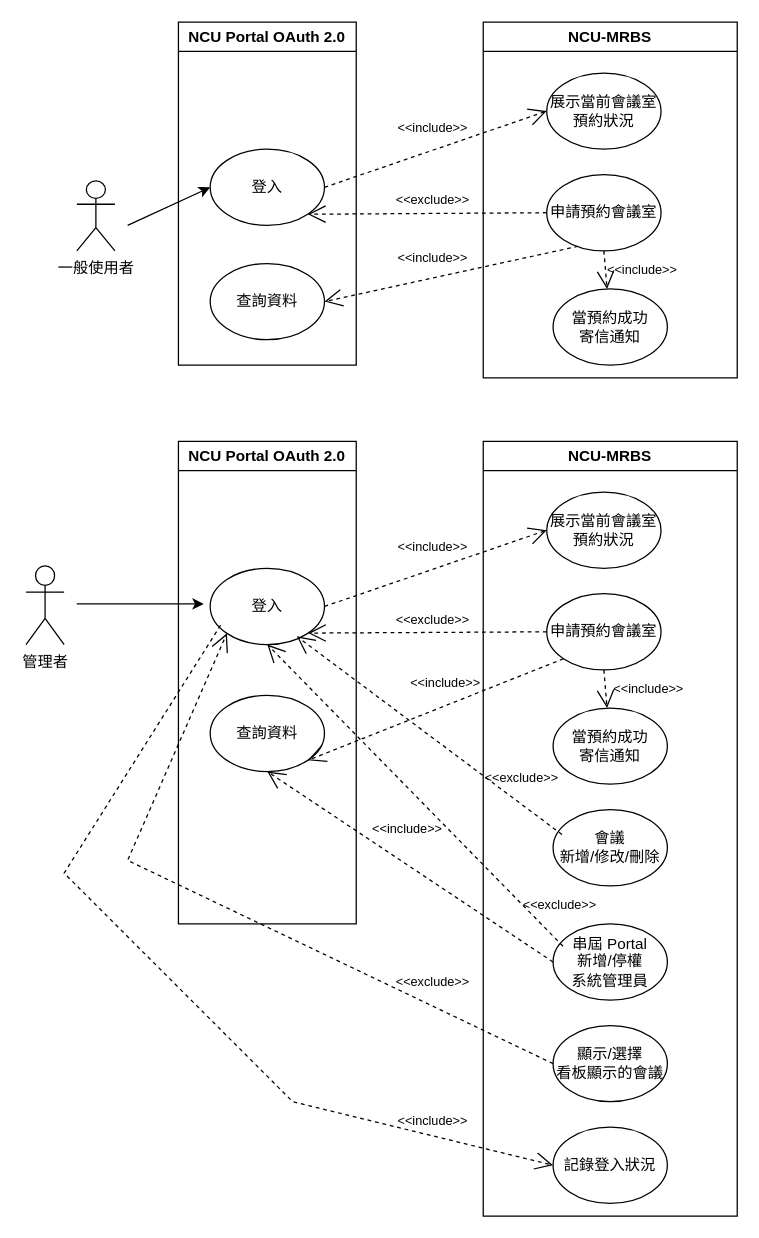
Earlier version of the draw.io diagram doc/useCase.drawio (tommygood/Meeting-Room-Booking-System). Source tidied: cells renumbered, new cells numbered last; positions are measured from the earlier drawing's top-left corner, leaving out a move shared by most shapes. Both pictures are drawn from the tidied source at 127%, with x=0, y=0 at pixel (25, 22).
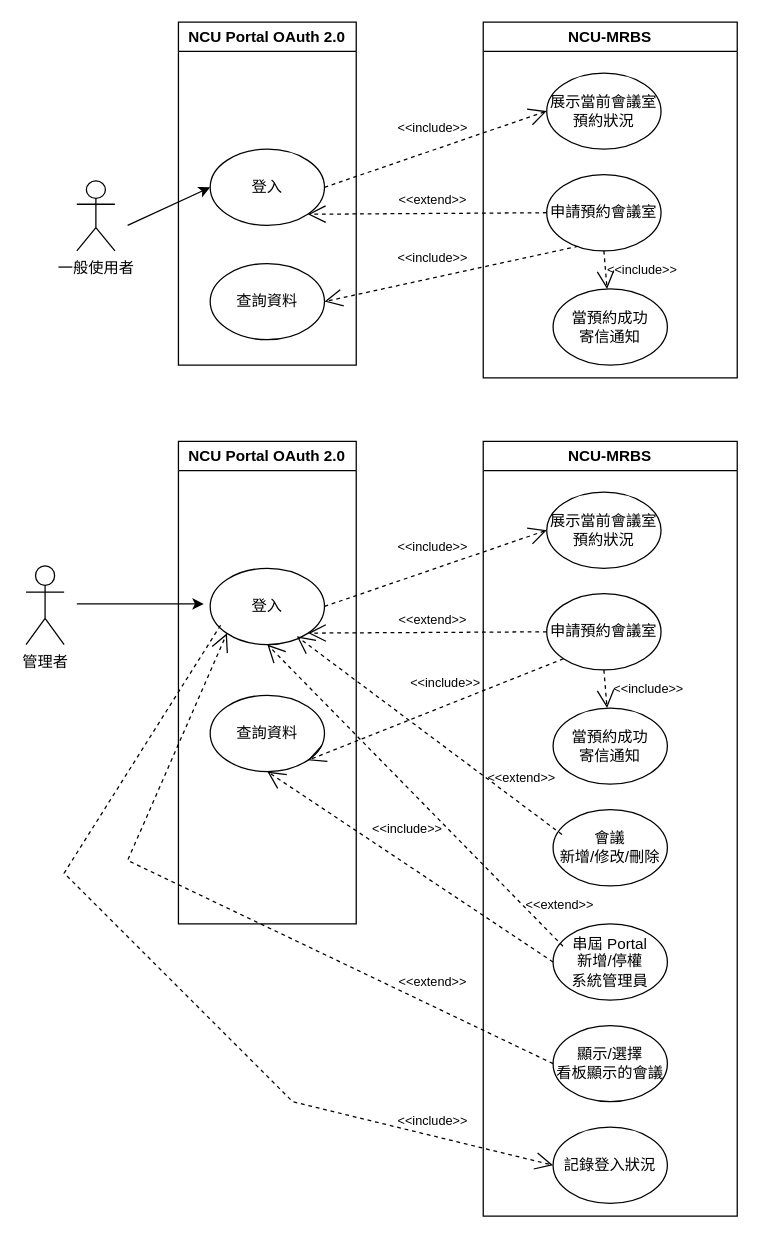
The same page after the edit.

Unchanged cells that the change refers to:
```xml
<mxCell id="22" value="NCU-MRBS" style="swimlane;whiteSpace=wrap;html=1;startSize=23;" parent="1" vertex="1">
  <mxGeometry x="360" y="330" width="200" height="610" as="geometry" />
</mxCell>
```

Diff of the diagram source:
```diff
@@
-    <mxCell id="18" value="&lt;font style=&quot;font-size: 10px;&quot;&gt;&amp;lt;&amp;lt;exclude&amp;gt;&amp;gt;&lt;/font&gt;" style="text;html=1;align=center;verticalAlign=middle;strokeColor=none;fillColor=none;" parent="1" vertex="1">
+    <mxCell id="18" value="&lt;font style=&quot;font-size: 10px;&quot;&gt;&amp;lt;&amp;lt;extend&amp;gt;&amp;gt;&lt;/font&gt;" style="text;html=1;align=center;verticalAlign=middle;strokeColor=none;fillColor=none;" parent="1" vertex="1">
       <mxGeometry x="280" y="125" width="80" height="30" as="geometry" />
     </mxCell>
@@
-    <mxCell id="32" value="&lt;font style=&quot;font-size: 10px;&quot;&gt;&amp;lt;&amp;lt;exclude&amp;gt;&amp;gt;&lt;/font&gt;" style="text;html=1;align=center;verticalAlign=middle;strokeColor=none;fillColor=none;" parent="22" vertex="1">
+    <mxCell id="32" value="&lt;font style=&quot;font-size: 10px;&quot;&gt;&amp;lt;&amp;lt;extend&amp;gt;&amp;gt;&lt;/font&gt;" style="text;html=1;align=center;verticalAlign=middle;strokeColor=none;fillColor=none;" parent="22" vertex="1">
       <mxGeometry x="-80" y="125" width="80" height="30" as="geometry" />
     </mxCell>
@@
-    <mxCell id="34" value="&lt;font style=&quot;font-size: 10px;&quot;&gt;&amp;lt;&amp;lt;exclude&amp;gt;&amp;gt;&lt;/font&gt;" style="text;html=1;align=center;verticalAlign=middle;strokeColor=none;fillColor=none;" parent="22" vertex="1">
+    <mxCell id="34" value="&lt;font style=&quot;font-size: 10px;&quot;&gt;&amp;lt;&amp;lt;extend&amp;gt;&amp;gt;&lt;/font&gt;" style="text;html=1;align=center;verticalAlign=middle;strokeColor=none;fillColor=none;" parent="22" vertex="1">
       <mxGeometry x="-10" y="250" width="80" height="30" as="geometry" />
     </mxCell>
-    <mxCell id="35" value="&lt;font style=&quot;font-size: 10px;&quot;&gt;&amp;lt;&amp;lt;exclude&amp;gt;&amp;gt;&lt;/font&gt;" style="text;html=1;align=center;verticalAlign=middle;strokeColor=none;fillColor=none;" parent="22" vertex="1">
+    <mxCell id="35" value="&lt;font style=&quot;font-size: 10px;&quot;&gt;&amp;lt;&amp;lt;extend&amp;gt;&amp;gt;&lt;/font&gt;" style="text;html=1;align=center;verticalAlign=middle;strokeColor=none;fillColor=none;" parent="22" vertex="1">
       <mxGeometry x="20" y="350" width="80" height="30" as="geometry" />
     </mxCell>
@@
-    <mxCell id="46" value="&lt;font style=&quot;font-size: 10px;&quot;&gt;&amp;lt;&amp;lt;exclude&amp;gt;&amp;gt;&lt;/font&gt;" style="text;html=1;align=center;verticalAlign=middle;strokeColor=none;fillColor=none;" parent="1" vertex="1">
+    <mxCell id="46" value="&lt;font style=&quot;font-size: 10px;&quot;&gt;&amp;lt;&amp;lt;extend&amp;gt;&amp;gt;&lt;/font&gt;" style="text;html=1;align=center;verticalAlign=middle;strokeColor=none;fillColor=none;" parent="1" vertex="1">
       <mxGeometry x="280" y="740" width="80" height="30" as="geometry" />
     </mxCell>
```
